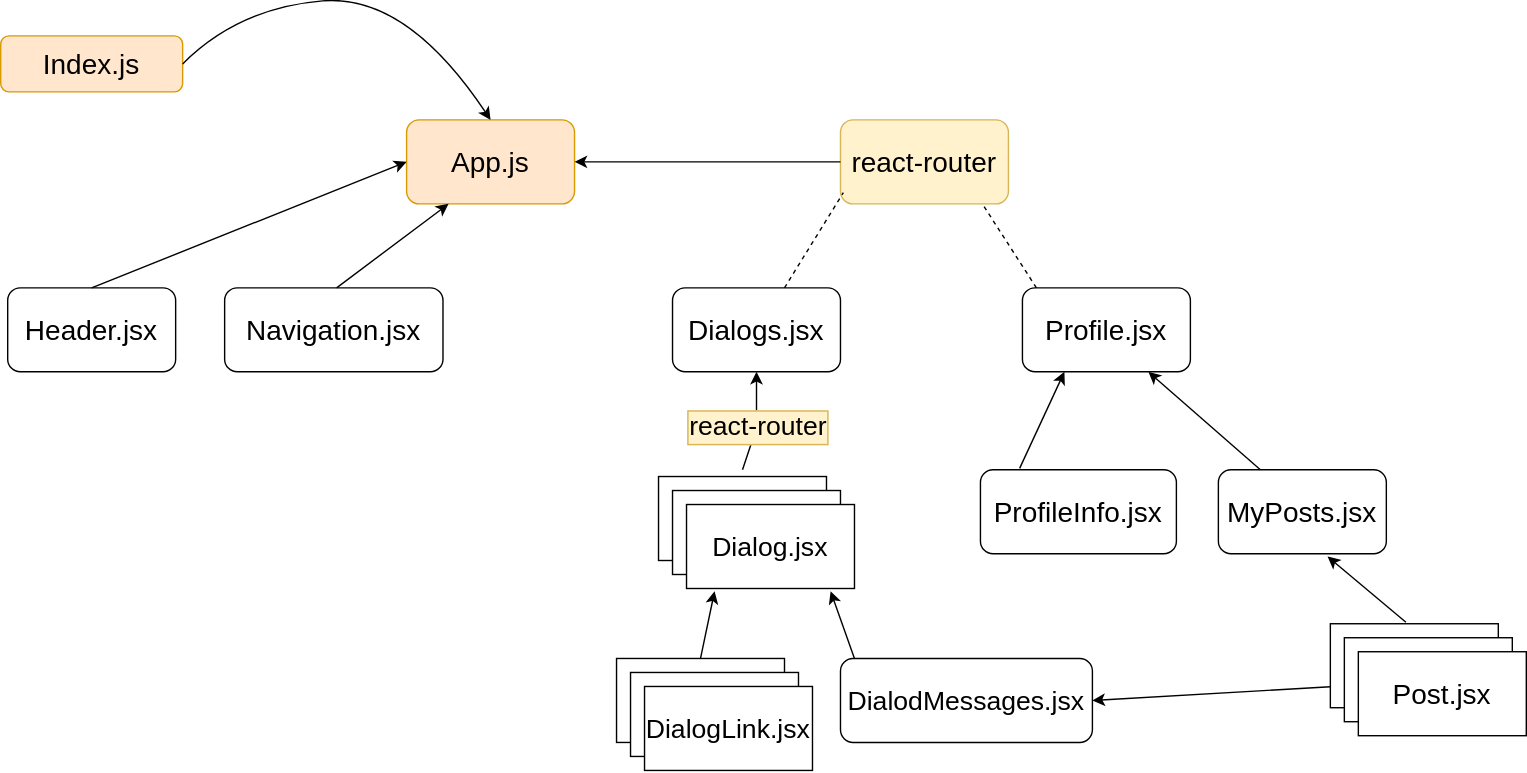
The draw.io diagram Схема приложения.drawio.svg in ShyHarvey/Social-network-with-samurai.js-api-, before a commit. Source tidied: cells renumbered, new cells last; positions are measured from the earlier drawing's top-left corner, leaving out a move shared by most shapes.
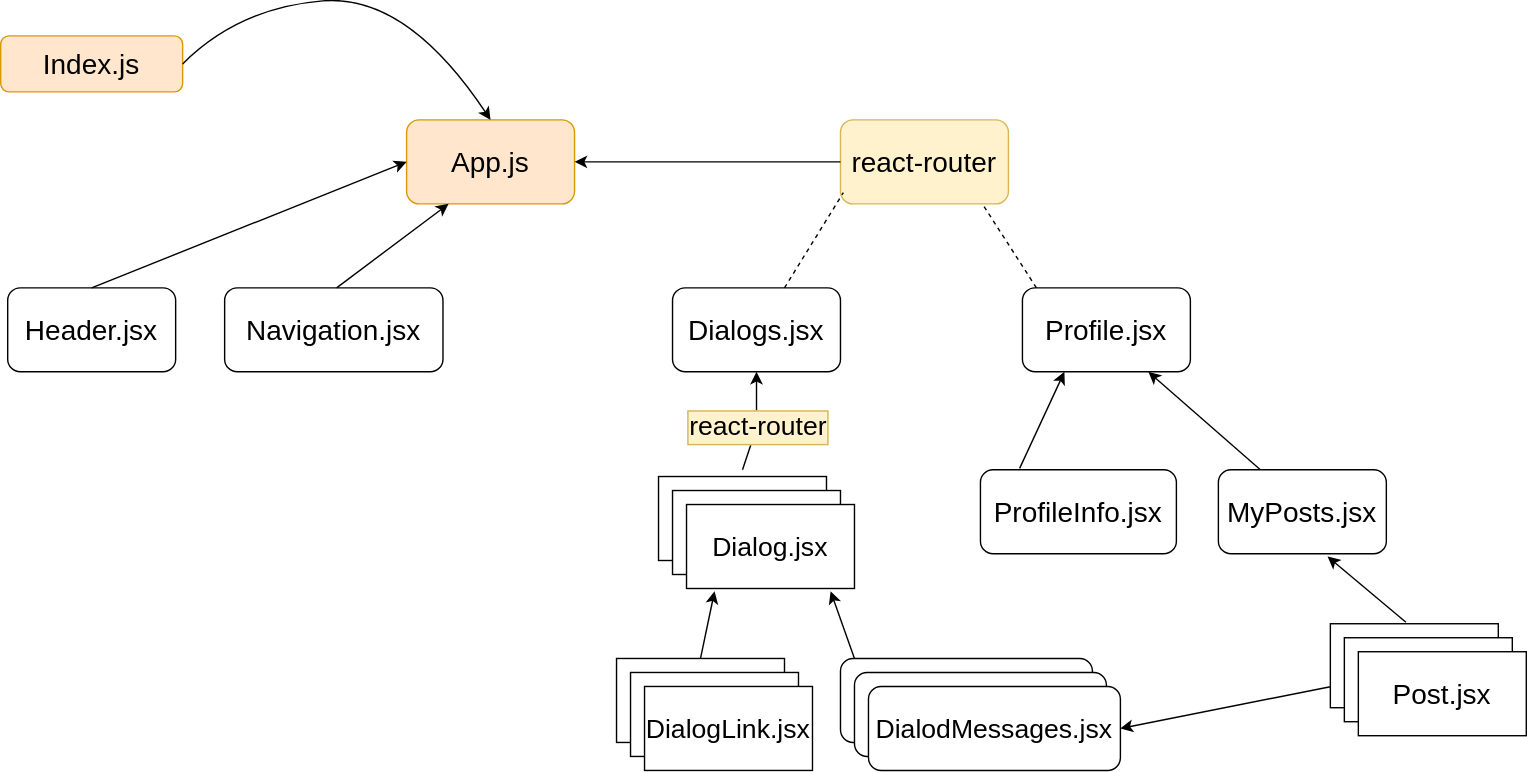
Later version of the same file.

Change to the diagram source:
```diff
@@ -76,10 +76,10 @@
     <mxCell id="22" style="endArrow=classic;html=1;rounded=0;fontSize=20;exitX=0.45;exitY=-0.017;exitDx=0;exitDy=0;exitPerimeter=0;entryX=0.65;entryY=1.033;entryDx=0;entryDy=0;entryPerimeter=0;" parent="1" edge="1" source="19" target="15">
       <mxGeometry relative="1" as="geometry" />
     </mxCell>
-    <mxCell id="23" value="&lt;font style=&quot;font-size: 19px;&quot;&gt;DialodMessages.jsx&lt;/font&gt;" style="rounded=1;whiteSpace=wrap;html=1;fontSize=20;" parent="1" vertex="1">
+    <mxCell id="23" style="rounded=1;whiteSpace=wrap;html=1;fontSize=20;" parent="1" vertex="1">
       <mxGeometry x="600" y="474.8" width="180" height="60" as="geometry" />
     </mxCell>
-    <mxCell id="24" style="endArrow=classic;html=1;rounded=0;fontSize=20;exitX=0;exitY=0.75;exitDx=0;exitDy=0;entryX=1;entryY=0.5;entryDx=0;entryDy=0;" parent="1" edge="1" source="19" target="23">
+    <mxCell id="24" style="endArrow=classic;html=1;rounded=0;fontSize=20;exitX=0;exitY=0.75;exitDx=0;exitDy=0;entryX=1;entryY=0.5;entryDx=0;entryDy=0;" parent="1" edge="1" source="19" target="36">
       <mxGeometry relative="1" as="geometry" />
     </mxCell>
     <mxCell id="25" style="rounded=0;whiteSpace=wrap;html=1;fontSize=20;" parent="1" vertex="1">
@@ -124,5 +124,11 @@
         <mxPoint y="4" as="offset" />
       </mxGeometry>
     </mxCell>
+    <mxCell id="35" style="rounded=1;whiteSpace=wrap;html=1;fontSize=20;" parent="1" vertex="1">
+      <mxGeometry x="610" y="484.8" width="180" height="60" as="geometry" />
+    </mxCell>
+    <mxCell id="36" value="&lt;font style=&quot;font-size: 19px;&quot;&gt;DialodMessages.jsx&lt;/font&gt;" style="rounded=1;whiteSpace=wrap;html=1;fontSize=20;" parent="1" vertex="1">
+      <mxGeometry x="620" y="494.8" width="180" height="60" as="geometry" />
+    </mxCell>
   </root>
 </mxGraphModel>
```
